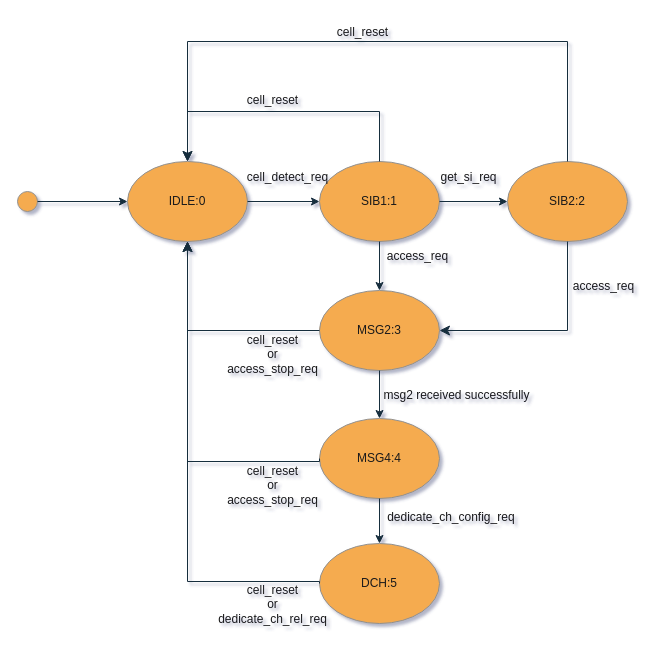
Earlier version of the draw.io diagram page "第 3 页" (3 of 3) of 1.drawio (wubobupt/drawio). Source tidied: cells renumbered, new cells numbered last; positions are measured from the earlier drawing's top-left corner, leaving out a move shared by most shapes. Both pictures are drawn from the tidied source at 100%, with x=0, y=0 at pixel (17, 17).
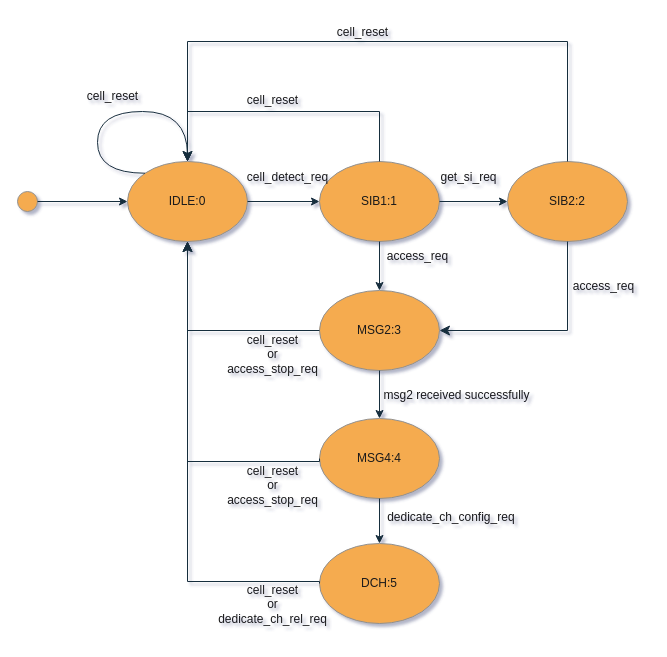
The same page after the edit.

The change refers to these unchanged cells:
```xml
<mxCell id="2" value="IDLE:0" style="ellipse;whiteSpace=wrap;html=1;labelBackgroundColor=none;fillColor=#F5AB50;strokeColor=#909090;fontColor=#1A1A1A;" parent="1" vertex="1">
  <mxGeometry x="110" y="144" width="120" height="80" as="geometry" />
</mxCell>
```

Change to the diagram source:
```diff
@@
+    <mxCell id="32" style="edgeStyle=orthogonalEdgeStyle;orthogonalLoop=1;jettySize=auto;html=1;rounded=0;strokeColor=#182E3E;fontColor=#1A1A1A;curved=1;exitX=0;exitY=0;exitDx=0;exitDy=0;entryX=0.5;entryY=0;entryDx=0;entryDy=0;" parent="1" edge="1" source="2" target="2">
+      <mxGeometry relative="1" as="geometry">
+        <Array as="points">
+          <mxPoint x="80" y="156" />
+          <mxPoint x="80" y="94" />
+          <mxPoint x="170" y="94" />
+        </Array>
+      </mxGeometry>
+    </mxCell>
+    <mxCell id="33" value="cell_reset" style="text;html=1;align=center;verticalAlign=middle;strokeColor=none;fillColor=none;labelBackgroundColor=none;fontColor=#1A1A1A;" parent="1" vertex="1">
+      <mxGeometry x="60" y="64" width="70" height="30" as="geometry" />
+    </mxCell>
```
